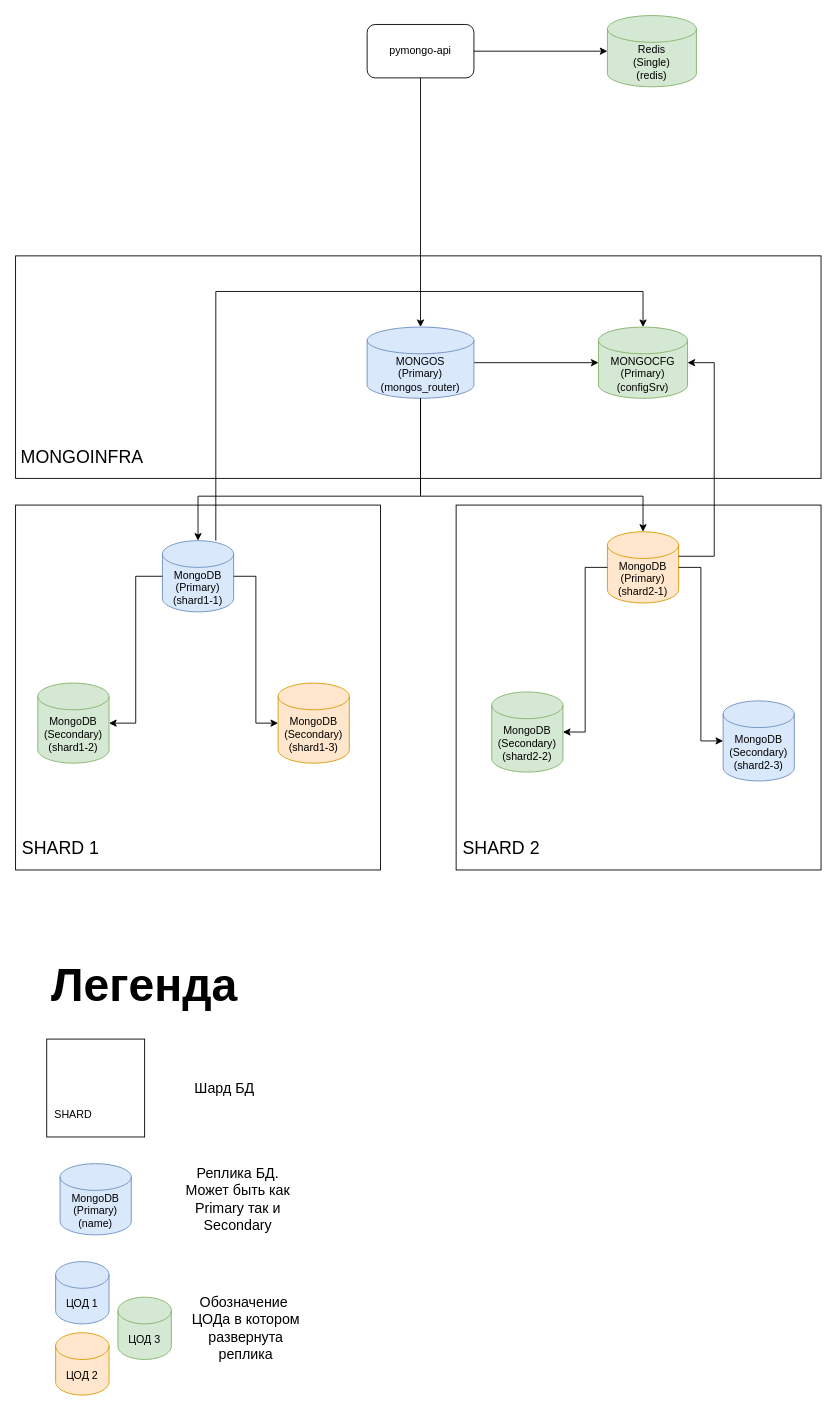
This is assets/task1.drawio from AlexVolkow/architecture-sprint-2, a draw.io file, before an edit. Source tidied: cells renumbered, new cells numbered last; positions are measured from the earlier drawing's top-left corner, leaving out a move shared by most shapes. Both pictures are drawn from the tidied source at 89%, with x=0, y=0 at pixel (15, 15).
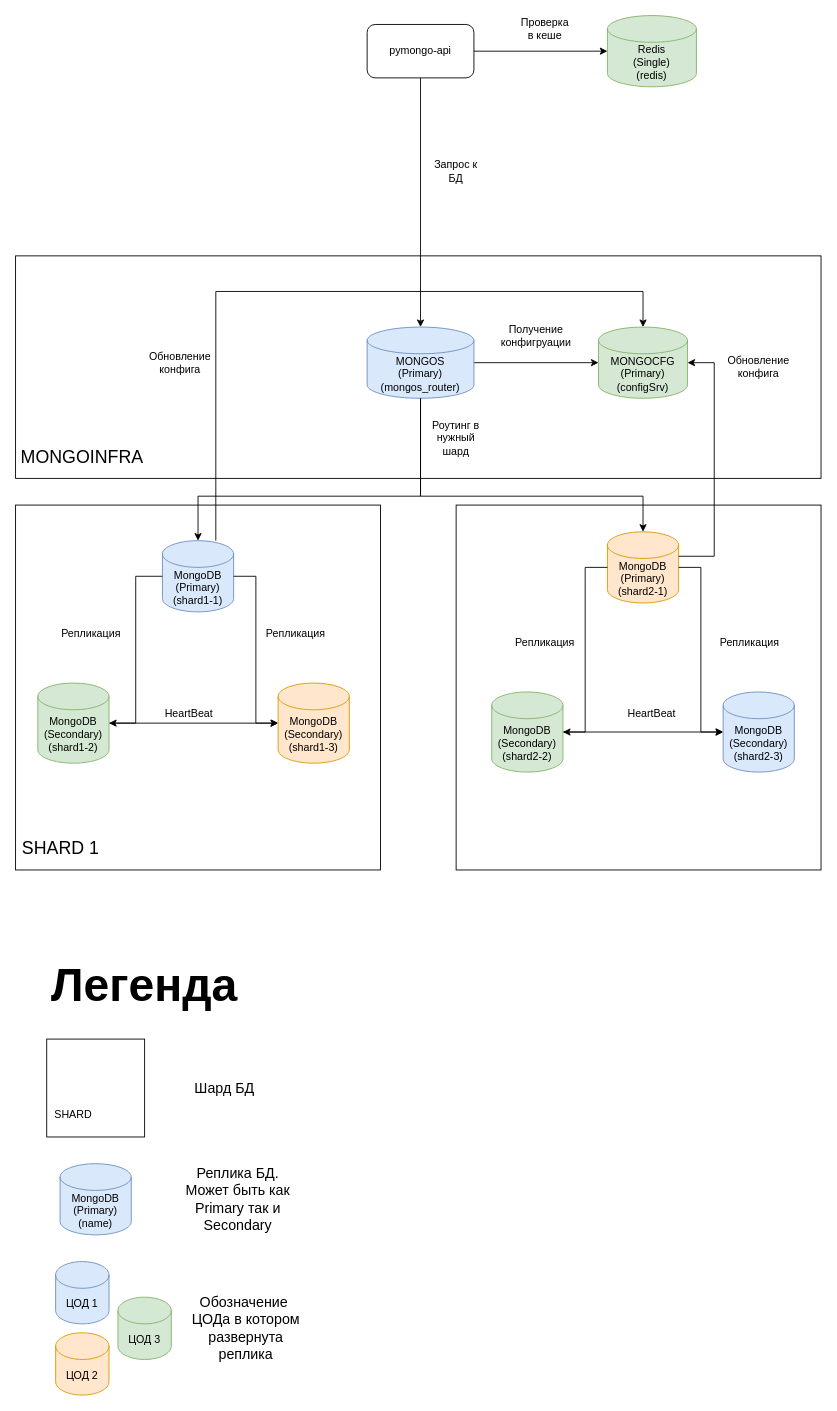
The same diagram, later.

Unchanged cells that the change refers to:
```xml
<mxCell id="9" value="MongoDB&lt;br&gt;(Secondary)&lt;br&gt;(shard1-2)" style="shape=cylinder3;whiteSpace=wrap;html=1;boundedLbl=1;backgroundOutline=1;size=15;fillColor=#d5e8d4;strokeColor=#82b366;" parent="1" vertex="1">
  <mxGeometry x="25" y="750" width="80" height="90" as="geometry" />
</mxCell>
<mxCell id="10" value="MongoDB&lt;br&gt;(Secondary)&lt;div&gt;(shard1-3)&lt;/div&gt;" style="shape=cylinder3;whiteSpace=wrap;html=1;boundedLbl=1;backgroundOutline=1;size=15;fillColor=#ffe6cc;strokeColor=#d79b00;" parent="1" vertex="1">
  <mxGeometry x="295" y="750" width="80" height="90" as="geometry" />
</mxCell>
<mxCell id="17" value="MongoDB&lt;br&gt;(Secondary)&lt;br&gt;(shard2-2)" style="shape=cylinder3;whiteSpace=wrap;html=1;boundedLbl=1;backgroundOutline=1;size=15;fillColor=#d5e8d4;strokeColor=#82b366;" parent="1" vertex="1">
  <mxGeometry x="535" y="760" width="80" height="90" as="geometry" />
</mxCell>
```

What changed in the source:
```diff
@@
-    <mxCell id="3" value="&lt;div style=&quot;font-size: 20px;&quot;&gt;&lt;font style=&quot;font-size: 20px;&quot;&gt;&lt;br&gt;&lt;/font&gt;&lt;/div&gt;&lt;div style=&quot;font-size: 20px;&quot;&gt;&lt;font style=&quot;font-size: 20px;&quot;&gt;&lt;br&gt;&lt;/font&gt;&lt;/div&gt;&lt;div style=&quot;font-size: 20px;&quot;&gt;&lt;font style=&quot;font-size: 20px;&quot;&gt;&lt;br&gt;&lt;/font&gt;&lt;/div&gt;&lt;div style=&quot;font-size: 20px;&quot;&gt;&lt;font style=&quot;font-size: 20px;&quot;&gt;&lt;br&gt;&lt;/font&gt;&lt;/div&gt;&lt;div style=&quot;font-size: 20px;&quot;&gt;&lt;font style=&quot;font-size: 20px;&quot;&gt;&lt;br&gt;&lt;/font&gt;&lt;/div&gt;&lt;div style=&quot;font-size: 20px;&quot;&gt;&lt;font style=&quot;font-size: 20px;&quot;&gt;&lt;br&gt;&lt;/font&gt;&lt;/div&gt;&lt;div style=&quot;font-size: 20px;&quot;&gt;&lt;font style=&quot;font-size: 20px;&quot;&gt;&lt;br&gt;&lt;/font&gt;&lt;/div&gt;&lt;div style=&quot;font-size: 20px;&quot;&gt;&lt;font style=&quot;font-size: 20px;&quot;&gt;&lt;br&gt;&lt;/font&gt;&lt;/div&gt;&lt;div style=&quot;font-size: 20px;&quot;&gt;&lt;font style=&quot;font-size: 20px;&quot;&gt;&lt;br&gt;&lt;/font&gt;&lt;/div&gt;&lt;div style=&quot;font-size: 20px;&quot;&gt;&lt;font style=&quot;font-size: 20px;&quot;&gt;&lt;br&gt;&lt;/font&gt;&lt;/div&gt;&lt;div style=&quot;font-size: 20px;&quot;&gt;&lt;font style=&quot;font-size: 20px;&quot;&gt;&lt;br&gt;&lt;/font&gt;&lt;/div&gt;&lt;div style=&quot;font-size: 20px;&quot;&gt;&lt;font style=&quot;font-size: 20px;&quot;&gt;&lt;br&gt;&lt;/font&gt;&lt;/div&gt;&lt;div style=&quot;font-size: 20px;&quot;&gt;&lt;font style=&quot;font-size: 20px;&quot;&gt;&lt;br&gt;&lt;/font&gt;&lt;/div&gt;&lt;div style=&quot;font-size: 20px;&quot;&gt;&lt;br&gt;&lt;/div&gt;&lt;div style=&quot;font-size: 20px;&quot;&gt;&lt;font style=&quot;font-size: 20px;&quot;&gt;&lt;br&gt;&lt;/font&gt;&lt;/div&gt;&lt;span style=&quot;font-size: 20px;&quot;&gt;&amp;nbsp;SHARD 2&lt;/span&gt;" style="whiteSpace=wrap;html=1;fillColor=none;align=left;" parent="1" vertex="1">
+    <mxCell id="3" style="whiteSpace=wrap;html=1;fillColor=none;align=left;" parent="1" vertex="1">
       <mxGeometry x="495" y="550" width="410" height="410" as="geometry" />
     </mxCell>
@@
+    <mxCell id="37" style="edgeStyle=orthogonalEdgeStyle;rounded=0;jettySize=auto;html=1;" parent="1" edge="1" source="9" target="10">
+      <mxGeometry relative="1" as="geometry" />
+    </mxCell>
@@
+    <mxCell id="38" style="edgeStyle=orthogonalEdgeStyle;rounded=0;jettySize=auto;html=1;" parent="1" edge="1" source="17" target="18">
+      <mxGeometry relative="1" as="geometry" />
+    </mxCell>
@@
     <mxCell id="18" value="MongoDB&lt;br&gt;(Secondary)&lt;br&gt;(shard2-3)" style="shape=cylinder3;whiteSpace=wrap;html=1;boundedLbl=1;backgroundOutline=1;size=15;fillColor=#dae8fc;strokeColor=#6c8ebf;" parent="1" vertex="1">
-      <mxGeometry x="795" y="770" width="80" height="90" as="geometry" />
+      <mxGeometry x="795" y="760" width="80" height="90" as="geometry" />
     </mxCell>
@@
+    <mxCell id="39" value="HeartBeat" style="text;html=1;align=center;verticalAlign=middle;whiteSpace=wrap;rounded=0;" parent="1" vertex="1">
+      <mxGeometry x="165" y="770" width="60" height="30" as="geometry" />
+    </mxCell>
+    <mxCell id="40" value="HeartBeat" style="text;html=1;align=center;verticalAlign=middle;whiteSpace=wrap;rounded=0;" parent="1" vertex="1">
+      <mxGeometry x="685" y="770" width="60" height="30" as="geometry" />
+    </mxCell>
+    <mxCell id="41" value="Репликация" style="text;html=1;align=center;verticalAlign=middle;whiteSpace=wrap;rounded=0;" parent="1" vertex="1">
+      <mxGeometry x="795" y="690" width="60" height="30" as="geometry" />
+    </mxCell>
+    <mxCell id="42" value="Репликация" style="text;html=1;align=center;verticalAlign=middle;whiteSpace=wrap;rounded=0;" parent="1" vertex="1">
+      <mxGeometry x="565" y="690" width="60" height="30" as="geometry" />
+    </mxCell>
+    <mxCell id="43" value="Репликация" style="text;html=1;align=center;verticalAlign=middle;whiteSpace=wrap;rounded=0;" parent="1" vertex="1">
+      <mxGeometry x="285" y="680" width="60" height="30" as="geometry" />
+    </mxCell>
+    <mxCell id="44" value="Репликация" style="text;html=1;align=center;verticalAlign=middle;whiteSpace=wrap;rounded=0;" parent="1" vertex="1">
+      <mxGeometry x="55" y="680" width="60" height="30" as="geometry" />
+    </mxCell>
+    <mxCell id="45" value="Обновление конфига" style="text;html=1;align=center;verticalAlign=middle;whiteSpace=wrap;rounded=0;" parent="1" vertex="1">
+      <mxGeometry x="805" y="380" width="60" height="30" as="geometry" />
+    </mxCell>
+    <mxCell id="46" value="Обновление конфига" style="text;html=1;align=center;verticalAlign=middle;whiteSpace=wrap;rounded=0;" parent="1" vertex="1">
+      <mxGeometry x="155" y="375" width="60" height="30" as="geometry" />
+    </mxCell>
+    <mxCell id="47" value="Проверка в кеше" style="text;html=1;align=center;verticalAlign=middle;whiteSpace=wrap;rounded=0;" parent="1" vertex="1">
+      <mxGeometry x="565" width="60" height="30" as="geometry" />
+    </mxCell>
+    <mxCell id="48" value="Запрос к БД" style="text;html=1;align=center;verticalAlign=middle;whiteSpace=wrap;rounded=0;" parent="1" vertex="1">
+      <mxGeometry x="465" y="160" width="60" height="30" as="geometry" />
+    </mxCell>
+    <mxCell id="49" value="Роутинг в нужный шард" style="text;html=1;align=center;verticalAlign=middle;whiteSpace=wrap;rounded=0;" parent="1" vertex="1">
+      <mxGeometry x="465" y="460" width="60" height="30" as="geometry" />
+    </mxCell>
+    <mxCell id="50" value="Получение конфигруации" style="text;html=1;align=center;verticalAlign=middle;whiteSpace=wrap;rounded=0;" parent="1" vertex="1">
+      <mxGeometry x="555" y="345" width="60" height="30" as="geometry" />
+    </mxCell>
```
